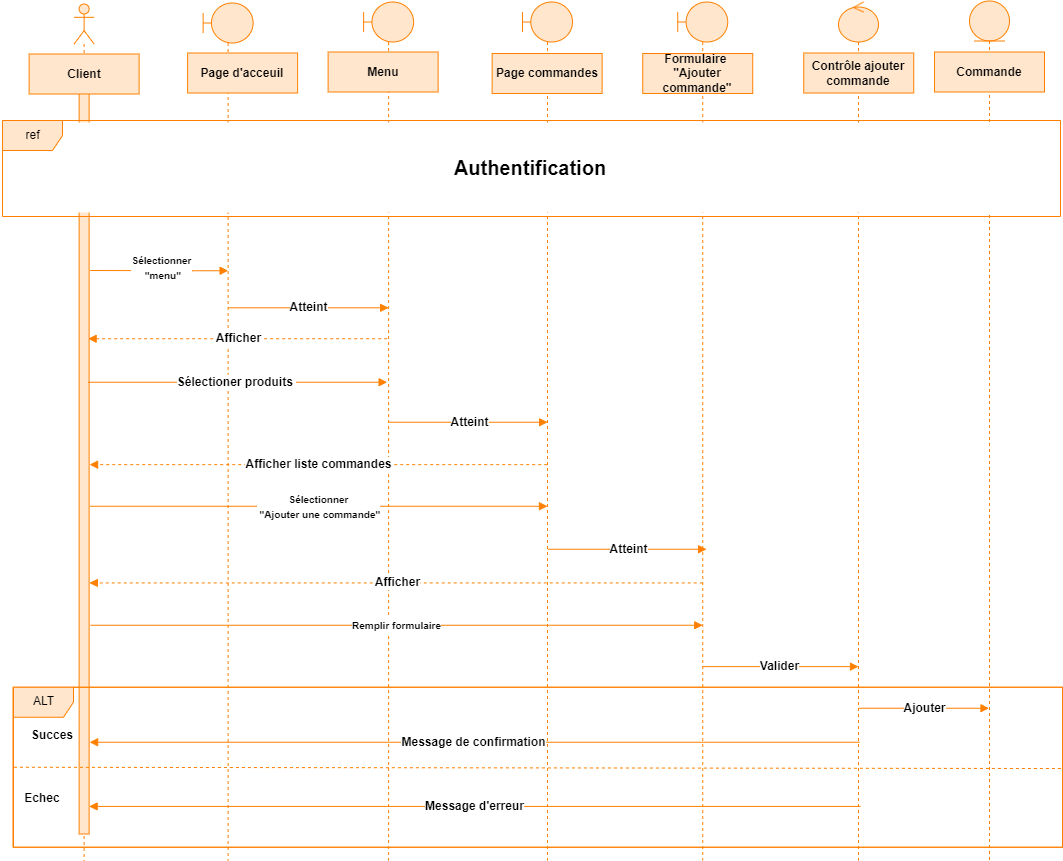
Above: images/Cas_ etablir commande.png in alizhassane/pfe (draw.io), before the change. Source tidied: cells renumbered, new cells last; positions are measured from the earlier drawing's top-left corner, leaving out a move shared by most shapes.
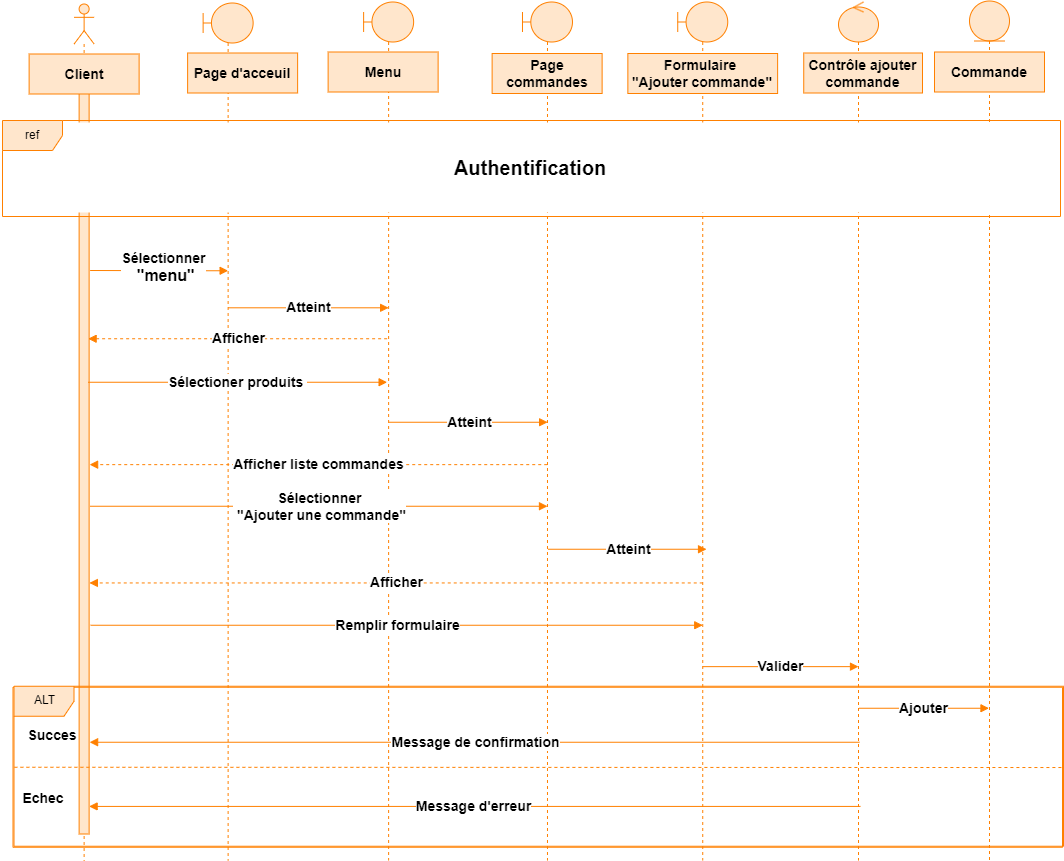
After the change.

Change to the diagram source:
```diff
@@ -23,22 +23,22 @@
     <mxCell id="8" style="shape=umlLifeline;perimeter=lifelinePerimeter;whiteSpace=wrap;html=1;newEdgeStyle={&quot;curved&quot;:0,&quot;rounded&quot;:0};participant=umlBoundary;strokeColor=#FF8000;align=center;verticalAlign=middle;fontFamily=Helvetica;fontSize=12;fontColor=default;fontStyle=1;fillColor=#FFE6CC;" parent="1" vertex="1">
       <mxGeometry x="202.6" y="2.5" width="50" height="857.5" as="geometry" />
     </mxCell>
-    <mxCell id="9" value="Client" style="rounded=0;whiteSpace=wrap;html=1;fillColor=#FFE6CC;strokeColor=#FF8000;align=center;verticalAlign=middle;fontFamily=Helvetica;fontSize=12;fontColor=default;fontStyle=1;" parent="1" vertex="1">
+    <mxCell id="9" value="&lt;font style=&quot;font-size: 14px;&quot;&gt;Client&lt;/font&gt;" style="rounded=0;whiteSpace=wrap;html=1;fillColor=#FFE6CC;strokeColor=#FF8000;align=center;verticalAlign=middle;fontFamily=Helvetica;fontSize=12;fontColor=default;fontStyle=1;" parent="1" vertex="1">
       <mxGeometry x="28.6" y="53.5" width="110" height="40" as="geometry" />
     </mxCell>
-    <mxCell id="10" value="Page commandes" style="rounded=0;whiteSpace=wrap;html=1;fillColor=#FFE6CC;strokeColor=#FF8000;align=center;verticalAlign=middle;fontFamily=Helvetica;fontSize=12;fontColor=default;fontStyle=1;" parent="1" vertex="1">
+    <mxCell id="10" value="&lt;font style=&quot;font-size: 14px;&quot;&gt;Page commandes&lt;/font&gt;" style="rounded=0;whiteSpace=wrap;html=1;fillColor=#FFE6CC;strokeColor=#FF8000;align=center;verticalAlign=middle;fontFamily=Helvetica;fontSize=12;fontColor=default;fontStyle=1;" parent="1" vertex="1">
       <mxGeometry x="491.6" y="53" width="110" height="40" as="geometry" />
     </mxCell>
-    <mxCell id="11" value="Contrôle ajouter commande" style="rounded=0;whiteSpace=wrap;html=1;fillColor=#FFE6CC;strokeColor=#FF8000;align=center;verticalAlign=middle;fontFamily=Helvetica;fontSize=12;fontColor=default;fontStyle=1;" parent="1" vertex="1">
-      <mxGeometry x="803.2" y="52.5" width="110" height="40" as="geometry" />
+    <mxCell id="11" value="&lt;font style=&quot;font-size: 14px;&quot;&gt;Contrôle ajouter commande&lt;/font&gt;" style="rounded=0;whiteSpace=wrap;html=1;fillColor=#FFE6CC;strokeColor=#FF8000;align=center;verticalAlign=middle;fontFamily=Helvetica;fontSize=12;fontColor=default;fontStyle=1;" parent="1" vertex="1">
+      <mxGeometry x="803.2" y="52.5" width="118.8" height="40" as="geometry" />
     </mxCell>
-    <mxCell id="12" value="Menu" style="rounded=0;whiteSpace=wrap;html=1;fillColor=#FFE6CC;strokeColor=#FF8000;align=center;verticalAlign=middle;fontFamily=Helvetica;fontSize=12;fontColor=default;fontStyle=1;" parent="1" vertex="1">
+    <mxCell id="12" value="&lt;font style=&quot;font-size: 14px;&quot;&gt;Menu&lt;/font&gt;" style="rounded=0;whiteSpace=wrap;html=1;fillColor=#FFE6CC;strokeColor=#FF8000;align=center;verticalAlign=middle;fontFamily=Helvetica;fontSize=12;fontColor=default;fontStyle=1;" parent="1" vertex="1">
       <mxGeometry x="327.6" y="51.5" width="110" height="40" as="geometry" />
     </mxCell>
-    <mxCell id="13" value="Page d'acceuil" style="rounded=0;whiteSpace=wrap;html=1;fillColor=#FFE6CC;strokeColor=#FF8000;align=center;verticalAlign=middle;fontFamily=Helvetica;fontSize=12;fontColor=default;fontStyle=1;" parent="1" vertex="1">
+    <mxCell id="13" value="&lt;font style=&quot;font-size: 14px;&quot;&gt;Page d'acceuil&lt;/font&gt;" style="rounded=0;whiteSpace=wrap;html=1;fillColor=#FFE6CC;strokeColor=#FF8000;align=center;verticalAlign=middle;fontFamily=Helvetica;fontSize=12;fontColor=default;fontStyle=1;" parent="1" vertex="1">
       <mxGeometry x="187.1" y="52.5" width="110" height="40" as="geometry" />
     </mxCell>
-    <mxCell id="14" value="&lt;span style=&quot;font-size: 10px;&quot;&gt;Sélectionner&lt;/span&gt;&lt;div&gt;&lt;span style=&quot;font-size: 10px;&quot;&gt;&amp;nbsp;&quot;menu&quot;&lt;/span&gt;&lt;/div&gt;" style="html=1;verticalAlign=middle;endArrow=block;curved=0;rounded=0;strokeColor=#FF8000;align=center;fontFamily=Helvetica;fontSize=12;fontColor=default;fontStyle=1;fillColor=#FFE6CC;" parent="1" edge="1">
+    <mxCell id="14" value="&lt;font style=&quot;font-size: 14px;&quot;&gt;Sélectionner&lt;/font&gt;&lt;div&gt;&lt;font size=&quot;3&quot;&gt;&amp;nbsp;&quot;menu&quot;&lt;/font&gt;&lt;/div&gt;" style="html=1;verticalAlign=middle;endArrow=block;curved=0;rounded=0;strokeColor=#FF8000;align=center;fontFamily=Helvetica;fontSize=12;fontColor=default;fontStyle=1;fillColor=#FFE6CC;" parent="1" edge="1">
       <mxGeometry x="0.05" y="3" relative="1" as="geometry">
         <mxPoint x="89.6" y="270" as="sourcePoint" />
         <mxPoint x="227.6" y="270.2" as="targetPoint" />
@@ -47,25 +47,25 @@
         </Array>
       </mxGeometry>
     </mxCell>
-    <mxCell id="15" value="Atteint" style="html=1;verticalAlign=middle;endArrow=block;curved=0;rounded=0;strokeColor=#FF8000;align=center;fontFamily=Helvetica;fontSize=12;fontColor=default;fontStyle=1;fillColor=#FFE6CC;" parent="1" edge="1">
+    <mxCell id="15" value="&lt;font style=&quot;font-size: 14px;&quot;&gt;Atteint&lt;/font&gt;" style="html=1;verticalAlign=middle;endArrow=block;curved=0;rounded=0;strokeColor=#FF8000;align=center;fontFamily=Helvetica;fontSize=12;fontColor=default;fontStyle=1;fillColor=#FFE6CC;" parent="1" edge="1">
       <mxGeometry relative="1" as="geometry">
         <mxPoint x="227.7" y="307.3" as="sourcePoint" />
         <mxPoint x="388.1" y="307.3" as="targetPoint" />
       </mxGeometry>
     </mxCell>
-    <mxCell id="16" value="Afficher" style="html=1;verticalAlign=middle;endArrow=block;curved=0;rounded=0;dashed=1;strokeColor=#FF8000;align=center;fontFamily=Helvetica;fontSize=12;fontColor=default;fontStyle=1;fillColor=#FFE6CC;" parent="1" edge="1">
+    <mxCell id="16" value="&lt;font style=&quot;font-size: 14px;&quot;&gt;Afficher&lt;/font&gt;" style="html=1;verticalAlign=middle;endArrow=block;curved=0;rounded=0;dashed=1;strokeColor=#FF8000;align=center;fontFamily=Helvetica;fontSize=12;fontColor=default;fontStyle=1;fillColor=#FFE6CC;" parent="1" edge="1">
       <mxGeometry relative="1" as="geometry">
         <mxPoint x="386.6" y="338.2" as="sourcePoint" />
         <mxPoint x="87.6" y="338.2" as="targetPoint" />
       </mxGeometry>
     </mxCell>
-    <mxCell id="17" value="Sélectioner produits&amp;nbsp;" style="html=1;verticalAlign=middle;endArrow=block;curved=0;rounded=0;strokeColor=#FF8000;align=center;fontFamily=Helvetica;fontSize=12;fontColor=default;fontStyle=1;fillColor=#FFE6CC;" parent="1" edge="1">
+    <mxCell id="17" value="&lt;font style=&quot;font-size: 14px;&quot;&gt;Sélectioner produits&amp;nbsp;&lt;/font&gt;" style="html=1;verticalAlign=middle;endArrow=block;curved=0;rounded=0;strokeColor=#FF8000;align=center;fontFamily=Helvetica;fontSize=12;fontColor=default;fontStyle=1;fillColor=#FFE6CC;" parent="1" edge="1">
       <mxGeometry relative="1" as="geometry">
         <mxPoint x="87.6" y="381.8" as="sourcePoint" />
         <mxPoint x="386.6" y="381.8" as="targetPoint" />
       </mxGeometry>
     </mxCell>
-    <mxCell id="18" value="Atteint" style="html=1;verticalAlign=middle;endArrow=block;curved=0;rounded=0;strokeColor=#FF8000;align=center;fontFamily=Helvetica;fontSize=12;fontColor=default;fontStyle=1;fillColor=#FFE6CC;" parent="1" edge="1">
+    <mxCell id="18" value="&lt;font style=&quot;font-size: 14px;&quot;&gt;Atteint&lt;/font&gt;" style="html=1;verticalAlign=middle;endArrow=block;curved=0;rounded=0;strokeColor=#FF8000;align=center;fontFamily=Helvetica;fontSize=12;fontColor=default;fontStyle=1;fillColor=#FFE6CC;" parent="1" edge="1">
       <mxGeometry relative="1" as="geometry">
         <mxPoint x="388.6" y="421.8" as="sourcePoint" />
         <mxPoint x="547.1" y="421.8" as="targetPoint" />
@@ -74,13 +74,13 @@
     <mxCell id="19" style="swimlane;startSize=0;fillColor=#FFE6CC;strokeColor=#FF8000;align=center;verticalAlign=middle;fontFamily=Helvetica;fontSize=12;fontColor=default;fontStyle=1;" parent="1" vertex="1">
       <mxGeometry x="12.5" y="686.8" width="1049.5" height="160" as="geometry" />
     </mxCell>
-    <mxCell id="20" value="&lt;b&gt;Succes&lt;/b&gt;" style="text;html=1;align=center;verticalAlign=middle;whiteSpace=wrap;rounded=0;fontFamily=Helvetica;fontSize=12;fontColor=default;fontStyle=1;" parent="19" vertex="1">
+    <mxCell id="20" value="&lt;b&gt;&lt;font style=&quot;font-size: 14px;&quot;&gt;Succes&lt;/font&gt;&lt;/b&gt;" style="text;html=1;align=center;verticalAlign=middle;whiteSpace=wrap;rounded=0;fontFamily=Helvetica;fontSize=12;fontColor=default;fontStyle=1;" parent="19" vertex="1">
       <mxGeometry x="9.2" y="33.5" width="60" height="30" as="geometry" />
     </mxCell>
-    <mxCell id="21" value="&lt;b&gt;Echec&lt;/b&gt;" style="text;html=1;align=center;verticalAlign=middle;whiteSpace=wrap;rounded=0;fontFamily=Helvetica;fontSize=12;fontColor=default;fontStyle=1;" parent="19" vertex="1">
+    <mxCell id="21" value="&lt;b&gt;&lt;font style=&quot;font-size: 14px;&quot;&gt;Echec&lt;/font&gt;&lt;/b&gt;" style="text;html=1;align=center;verticalAlign=middle;whiteSpace=wrap;rounded=0;fontFamily=Helvetica;fontSize=12;fontColor=default;fontStyle=1;" parent="19" vertex="1">
       <mxGeometry y="96" width="60" height="30" as="geometry" />
     </mxCell>
-    <mxCell id="22" value="Message d'erreur" style="html=1;verticalAlign=middle;endArrow=block;curved=0;rounded=0;strokeColor=#FF8000;align=center;fontFamily=Helvetica;fontSize=12;fontColor=default;fontStyle=1;fillColor=#FFE6CC;" parent="19" edge="1" target="6">
+    <mxCell id="22" value="&lt;font style=&quot;font-size: 14px;&quot;&gt;Message d'erreur&lt;/font&gt;" style="html=1;verticalAlign=middle;endArrow=block;curved=0;rounded=0;strokeColor=#FF8000;align=center;fontFamily=Helvetica;fontSize=12;fontColor=default;fontStyle=1;fillColor=#FFE6CC;" parent="19" edge="1" target="6">
       <mxGeometry relative="1" as="geometry">
         <mxPoint x="847.5" y="119.2" as="sourcePoint" />
       </mxGeometry>
@@ -90,48 +90,48 @@
         <mxPoint x="1" y="80" as="targetPoint" />
       </mxGeometry>
     </mxCell>
-    <mxCell id="24" value="Message de confirmation" style="html=1;verticalAlign=middle;endArrow=block;curved=0;rounded=0;strokeColor=#FF8000;align=center;fontFamily=Helvetica;fontSize=12;fontColor=default;fontStyle=1;fillColor=#FFE6CC;" parent="19" edge="1">
+    <mxCell id="24" value="&lt;font style=&quot;font-size: 14px;&quot;&gt;Message de confirmation&lt;/font&gt;" style="html=1;verticalAlign=middle;endArrow=block;curved=0;rounded=0;strokeColor=#FF8000;align=center;fontFamily=Helvetica;fontSize=12;fontColor=default;fontStyle=1;fillColor=#FFE6CC;" parent="19" edge="1">
       <mxGeometry relative="1" as="geometry">
         <mxPoint x="846.5" y="55" as="sourcePoint" />
         <mxPoint x="76.6" y="55" as="targetPoint" />
       </mxGeometry>
     </mxCell>
-    <mxCell id="25" value="Ajouter" style="html=1;verticalAlign=middle;endArrow=block;curved=0;rounded=0;strokeColor=#FF8000;align=center;fontFamily=Helvetica;fontSize=12;fontColor=default;fontStyle=1;fillColor=#FFE6CC;" parent="19" edge="1" target="33">
+    <mxCell id="25" value="&lt;font style=&quot;font-size: 14px;&quot;&gt;Ajouter&lt;/font&gt;" style="html=1;verticalAlign=middle;endArrow=block;curved=0;rounded=0;strokeColor=#FF8000;align=center;fontFamily=Helvetica;fontSize=12;fontColor=default;fontStyle=1;fillColor=#FFE6CC;" parent="19" edge="1" target="33">
       <mxGeometry x="-0.01" relative="1" as="geometry">
         <mxPoint x="846" y="21" as="sourcePoint" />
       </mxGeometry>
     </mxCell>
     <mxCell id="26" value="ALT" style="shape=umlFrame;whiteSpace=wrap;html=1;fillColor=#FFE6CC;strokeColor=#FF8000;align=center;verticalAlign=middle;fontFamily=Helvetica;fontSize=12;fontColor=default;" parent="19" vertex="1">
-      <mxGeometry x="0.5" width="1049.5" height="160" as="geometry" />
+      <mxGeometry x="1" y="-1" width="1049.5" height="160" as="geometry" />
     </mxCell>
-    <mxCell id="27" value="Formulaire&amp;nbsp;&lt;div&gt;&lt;span style=&quot;background-color: initial;&quot;&gt;&quot;Ajouter commande&quot;&lt;/span&gt;&lt;/div&gt;" style="rounded=0;whiteSpace=wrap;html=1;fillColor=#FFE6CC;strokeColor=#FF8000;align=center;verticalAlign=middle;fontFamily=Helvetica;fontSize=12;fontColor=default;fontStyle=1;" parent="1" vertex="1">
-      <mxGeometry x="642.2" y="53" width="110" height="40" as="geometry" />
+    <mxCell id="27" value="&lt;font style=&quot;font-size: 14px;&quot;&gt;Formulaire&amp;nbsp;&lt;/font&gt;&lt;div&gt;&lt;span style=&quot;background-color: initial;&quot;&gt;&lt;font style=&quot;font-size: 14px;&quot;&gt;&quot;Ajouter commande&quot;&lt;/font&gt;&lt;/span&gt;&lt;/div&gt;" style="rounded=0;whiteSpace=wrap;html=1;fillColor=#FFE6CC;strokeColor=#FF8000;align=center;verticalAlign=middle;fontFamily=Helvetica;fontSize=12;fontColor=default;fontStyle=1;" parent="1" vertex="1">
+      <mxGeometry x="627.4" y="53" width="149.8" height="40" as="geometry" />
     </mxCell>
-    <mxCell id="28" value="Afficher liste commandes" style="html=1;verticalAlign=middle;endArrow=block;curved=0;rounded=0;dashed=1;strokeColor=#FF8000;align=center;fontFamily=Helvetica;fontSize=12;fontColor=default;fontStyle=1;fillColor=#FFE6CC;" parent="1" edge="1">
+    <mxCell id="28" value="&lt;font style=&quot;font-size: 14px;&quot;&gt;Afficher liste commandes&lt;/font&gt;" style="html=1;verticalAlign=middle;endArrow=block;curved=0;rounded=0;dashed=1;strokeColor=#FF8000;align=center;fontFamily=Helvetica;fontSize=12;fontColor=default;fontStyle=1;fillColor=#FFE6CC;" parent="1" edge="1">
       <mxGeometry relative="1" as="geometry">
         <mxPoint x="546.7" y="464.1" as="sourcePoint" />
         <mxPoint x="89.1" y="464.1" as="targetPoint" />
       </mxGeometry>
     </mxCell>
-    <mxCell id="29" value="&lt;span style=&quot;font-size: 10px;&quot;&gt;Sélectionner&lt;/span&gt;&lt;div&gt;&lt;span style=&quot;font-size: 10px;&quot;&gt;&amp;nbsp;&quot;Ajouter une commande&quot;&lt;/span&gt;&lt;/div&gt;" style="html=1;verticalAlign=middle;endArrow=block;curved=0;rounded=0;strokeColor=#FF8000;align=center;fontFamily=Helvetica;fontSize=12;fontColor=default;fontStyle=1;fillColor=#FFE6CC;" parent="1" edge="1">
+    <mxCell id="29" value="&lt;font style=&quot;font-size: 14px;&quot;&gt;Sélectionner&lt;/font&gt;&lt;div&gt;&lt;font style=&quot;font-size: 14px;&quot;&gt;&amp;nbsp;&quot;Ajouter une commande&quot;&lt;/font&gt;&lt;/div&gt;" style="html=1;verticalAlign=middle;endArrow=block;curved=0;rounded=0;strokeColor=#FF8000;align=center;fontFamily=Helvetica;fontSize=12;fontColor=default;fontStyle=1;fillColor=#FFE6CC;" parent="1" edge="1">
       <mxGeometry relative="1" as="geometry">
         <mxPoint x="89.7" y="505.8" as="sourcePoint" />
         <mxPoint x="547" y="505.8" as="targetPoint" />
       </mxGeometry>
     </mxCell>
-    <mxCell id="30" value="Atteint" style="html=1;verticalAlign=middle;endArrow=block;curved=0;rounded=0;strokeColor=#FF8000;align=center;fontFamily=Helvetica;fontSize=12;fontColor=default;fontStyle=1;fillColor=#FFE6CC;" parent="1" edge="1">
+    <mxCell id="30" value="&lt;font style=&quot;font-size: 14px;&quot;&gt;Atteint&lt;/font&gt;" style="html=1;verticalAlign=middle;endArrow=block;curved=0;rounded=0;strokeColor=#FF8000;align=center;fontFamily=Helvetica;fontSize=12;fontColor=default;fontStyle=1;fillColor=#FFE6CC;" parent="1" edge="1">
       <mxGeometry relative="1" as="geometry">
         <mxPoint x="547.5" y="548.8" as="sourcePoint" />
         <mxPoint x="706" y="548.8" as="targetPoint" />
       </mxGeometry>
     </mxCell>
-    <mxCell id="31" value="Afficher" style="html=1;verticalAlign=middle;endArrow=block;curved=0;rounded=0;dashed=1;strokeColor=#FF8000;align=center;fontFamily=Helvetica;fontSize=12;fontColor=default;fontStyle=1;fillColor=#FFE6CC;entryX=0.977;entryY=0.52;entryDx=0;entryDy=0;entryPerimeter=0;" parent="1" edge="1">
+    <mxCell id="31" value="&lt;font style=&quot;font-size: 14px;&quot;&gt;Afficher&lt;/font&gt;" style="html=1;verticalAlign=middle;endArrow=block;curved=0;rounded=0;dashed=1;strokeColor=#FF8000;align=center;fontFamily=Helvetica;fontSize=12;fontColor=default;fontStyle=1;fillColor=#FFE6CC;entryX=0.977;entryY=0.52;entryDx=0;entryDy=0;entryPerimeter=0;" parent="1" edge="1">
       <mxGeometry relative="1" as="geometry">
         <mxPoint x="702.2" y="582.4" as="sourcePoint" />
         <mxPoint x="88.9" y="582.4" as="targetPoint" />
       </mxGeometry>
     </mxCell>
-    <mxCell id="32" value="&lt;span style=&quot;font-size: 10px;&quot;&gt;Remplir formulaire&lt;/span&gt;" style="html=1;verticalAlign=middle;endArrow=block;curved=0;rounded=0;strokeColor=#FF8000;align=center;fontFamily=Helvetica;fontSize=12;fontColor=default;fontStyle=1;fillColor=#FFE6CC;" parent="1" edge="1">
+    <mxCell id="32" value="&lt;font style=&quot;font-size: 14px;&quot;&gt;Remplir formulaire&lt;/font&gt;" style="html=1;verticalAlign=middle;endArrow=block;curved=0;rounded=0;strokeColor=#FF8000;align=center;fontFamily=Helvetica;fontSize=12;fontColor=default;fontStyle=1;fillColor=#FFE6CC;" parent="1" edge="1">
       <mxGeometry relative="1" as="geometry">
         <mxPoint x="90.1" y="624.8" as="sourcePoint" />
         <mxPoint x="702.2" y="624.8" as="targetPoint" />
@@ -140,10 +140,10 @@
     <mxCell id="33" style="shape=umlLifeline;perimeter=lifelinePerimeter;whiteSpace=wrap;html=1;outlineConnect=0;portConstraint=eastwest;newEdgeStyle={&quot;curved&quot;:0,&quot;rounded&quot;:0};participant=umlEntity;strokeColor=#FF8000;align=center;verticalAlign=middle;fontFamily=Helvetica;fontSize=12;fontColor=default;fontStyle=1;fillColor=#FFE6CC;" parent="1" vertex="1">
       <mxGeometry x="969" y="0.5" width="40" height="859.5" as="geometry" />
     </mxCell>
-    <mxCell id="34" value="Commande" style="rounded=0;whiteSpace=wrap;html=1;fillColor=#FFE6CC;strokeColor=#FF8000;align=center;verticalAlign=middle;fontFamily=Helvetica;fontSize=12;fontColor=default;fontStyle=1;" parent="1" vertex="1">
+    <mxCell id="34" value="&lt;font style=&quot;font-size: 14px;&quot;&gt;Commande&lt;/font&gt;" style="rounded=0;whiteSpace=wrap;html=1;fillColor=#FFE6CC;strokeColor=#FF8000;align=center;verticalAlign=middle;fontFamily=Helvetica;fontSize=12;fontColor=default;fontStyle=1;" parent="1" vertex="1">
       <mxGeometry x="934" y="51.5" width="110" height="40" as="geometry" />
     </mxCell>
-    <mxCell id="35" value="Valider" style="html=1;verticalAlign=middle;endArrow=block;curved=0;rounded=0;strokeColor=#FF8000;align=center;fontFamily=Helvetica;fontSize=12;fontColor=default;fontStyle=1;fillColor=#FFE6CC;" parent="1" edge="1">
+    <mxCell id="35" value="&lt;font style=&quot;font-size: 14px;&quot;&gt;Valider&lt;/font&gt;" style="html=1;verticalAlign=middle;endArrow=block;curved=0;rounded=0;strokeColor=#FF8000;align=center;fontFamily=Helvetica;fontSize=12;fontColor=default;fontStyle=1;fillColor=#FFE6CC;" parent="1" edge="1">
       <mxGeometry relative="1" as="geometry">
         <mxPoint x="702.2" y="666.1" as="sourcePoint" />
         <mxPoint x="858" y="666.1" as="targetPoint" />
```
